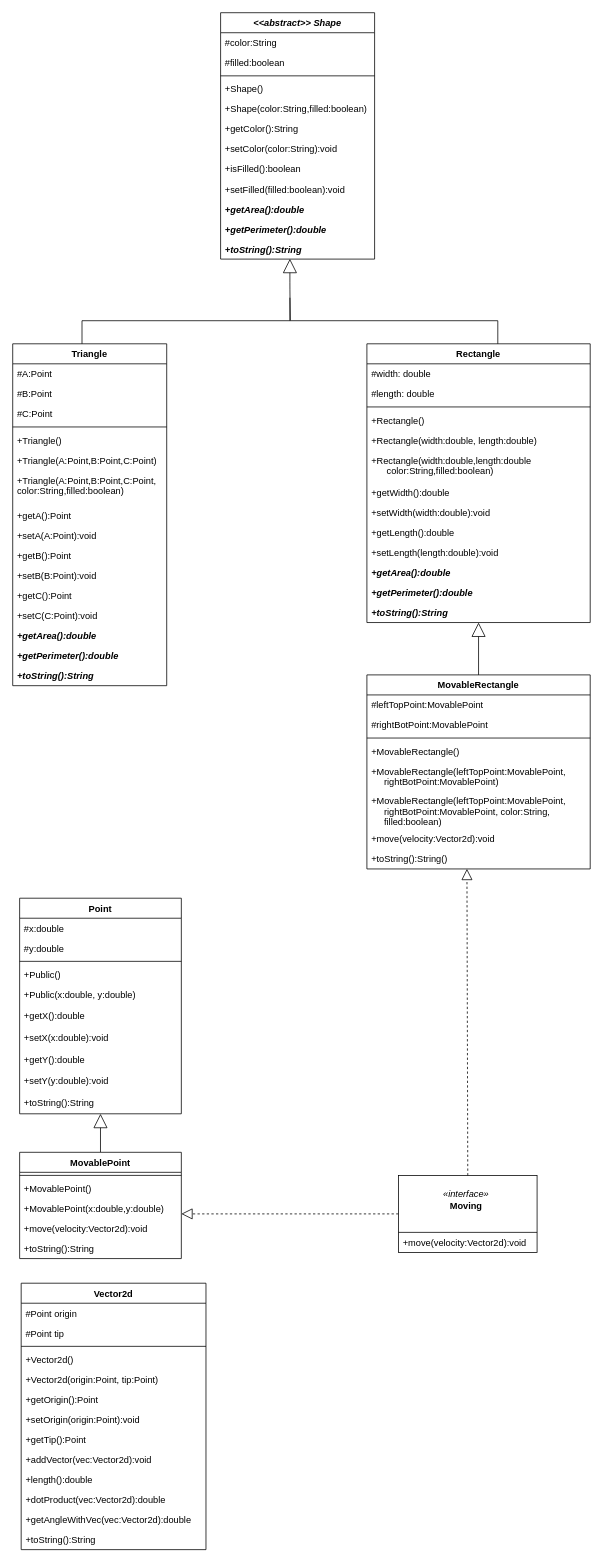
The draw.io diagram Practice6diagram.drawio in salt-banana/Zaburdyaev-Practice-6, before the edit. Source tidied: cells renumbered, new cells numbered last; positions are measured from the earlier drawing's top-left corner, leaving out a move shared by most shapes. Both pictures are drawn from the tidied source at 77%, with x=0, y=0 at pixel (12, 12).
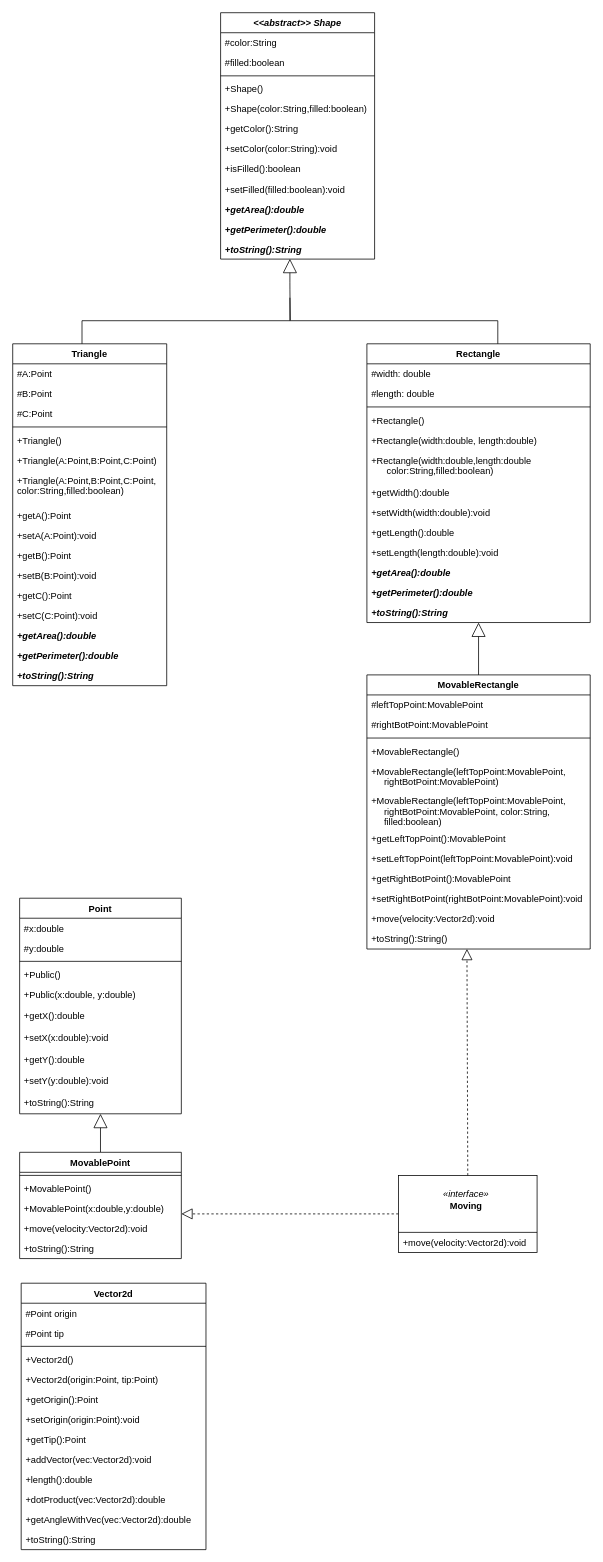
The same diagram, later.

Change to the diagram source:
```diff
@@
     <mxCell id="58" value="MovableRectangle" style="swimlane;fontStyle=1;align=center;verticalAlign=top;horizontal=1;startSize=26;fillColor=none;gradientColor=none;" parent="1" vertex="1">
-      <mxGeometry x="460" y="860" width="290" height="252" as="geometry" />
+      <mxGeometry x="460" y="860" width="290" height="356" as="geometry" />
     </mxCell>
@@
-    <mxCell id="65" value="+move(velocity:Vector2d):void" style="text;strokeColor=none;fillColor=none;align=left;verticalAlign=top;spacingLeft=4;spacingRight=4;overflow=hidden;" parent="58" vertex="1">
+    <mxCell id="65" value="+getLeftTopPoint():MovablePoint" style="text;strokeColor=none;fillColor=none;align=left;verticalAlign=top;spacingLeft=4;spacingRight=4;overflow=hidden;" parent="58" vertex="1">
       <mxGeometry y="200" width="290" height="26" as="geometry" />
     </mxCell>
+    <mxCell id="99" value="+setLeftTopPoint(leftTopPoint:MovablePoint):void" style="text;strokeColor=none;fillColor=none;align=left;verticalAlign=top;spacingLeft=4;spacingRight=4;overflow=hidden;" parent="58" vertex="1">
+      <mxGeometry y="226" width="290" height="26" as="geometry" />
+    </mxCell>
+    <mxCell id="100" value="+getRightBotPoint():MovablePoint" style="text;strokeColor=none;fillColor=none;align=left;verticalAlign=top;spacingLeft=4;spacingRight=4;overflow=hidden;" parent="58" vertex="1">
+      <mxGeometry y="252" width="290" height="26" as="geometry" />
+    </mxCell>
+    <mxCell id="101" value="+setRightBotPoint(rightBotPoint:MovablePoint):void" style="text;strokeColor=none;fillColor=none;align=left;verticalAlign=top;spacingLeft=4;spacingRight=4;overflow=hidden;" parent="58" vertex="1">
+      <mxGeometry y="278" width="290" height="26" as="geometry" />
+    </mxCell>
+    <mxCell id="102" value="+move(velocity:Vector2d):void" style="text;strokeColor=none;fillColor=none;align=left;verticalAlign=top;spacingLeft=4;spacingRight=4;overflow=hidden;" parent="58" vertex="1">
+      <mxGeometry y="304" width="290" height="26" as="geometry" />
+    </mxCell>
     <mxCell id="66" value="+toString():String()" style="text;strokeColor=none;fillColor=none;align=left;verticalAlign=top;spacingLeft=4;spacingRight=4;overflow=hidden;points=[[0,0.5],[1,0.5]];portConstraint=eastwest;" parent="58" vertex="1">
-      <mxGeometry y="226" width="290" height="26" as="geometry" />
+      <mxGeometry y="330" width="290" height="26" as="geometry" />
     </mxCell>
```
